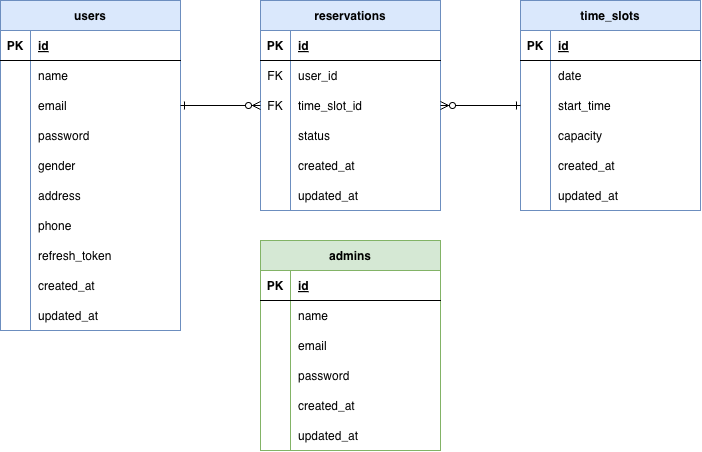
Above: images/er-diagram.png in hirata784/laravel-swimming-reservation-app (draw.io), before the change. Source tidied: cells renumbered, new cells last; positions are measured from the earlier drawing's top-left corner, leaving out a move shared by most shapes.
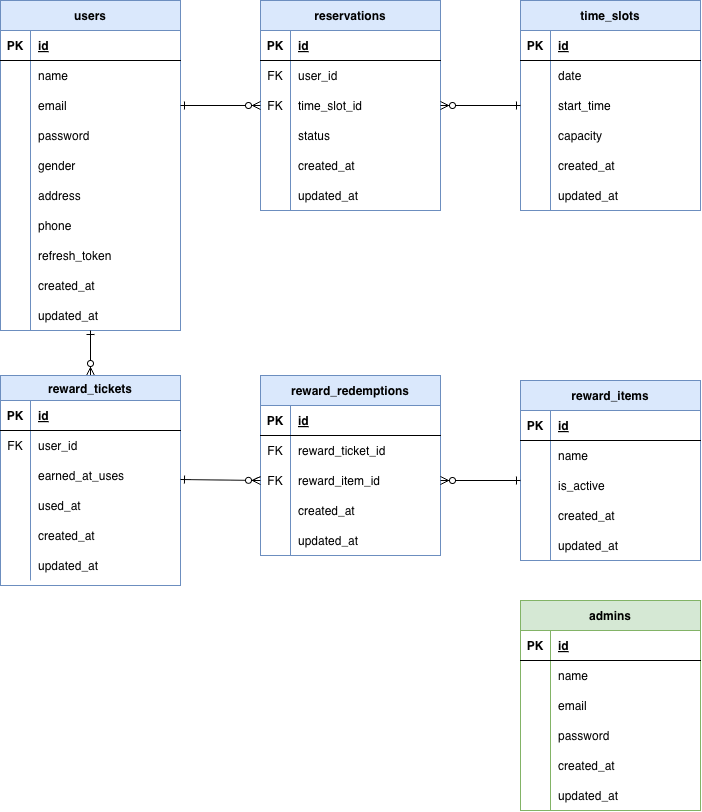
The same file after the commit.

What changed in the source:
```diff
@@ -216,7 +216,7 @@
       <mxGeometry relative="1" as="geometry" />
     </mxCell>
     <mxCell id="73" value="admins" style="shape=table;startSize=30;rowLines=0;fontStyle=1;align=center;fillColor=#d5e8d4;strokeColor=#82b366;" parent="1" vertex="1">
-      <mxGeometry x="260" y="240" width="180" height="210" as="geometry" />
+      <mxGeometry x="520" y="600" width="180" height="210" as="geometry" />
     </mxCell>
     <mxCell id="74" style="shape=tableRow;horizontal=0;startSize=0;swimlaneHead=0;swimlaneBody=0;fillColor=none;top=0;left=0;right=0;bottom=1;" parent="73" vertex="1">
       <mxGeometry y="30" width="180" height="30" as="geometry" />
@@ -272,5 +272,171 @@
     <mxCell id="91" value="updated_at" style="shape=partialRectangle;fillColor=none;top=0;left=0;bottom=0;right=0;align=left;spacingLeft=6;overflow=hidden;" parent="89" vertex="1">
       <mxGeometry x="30" width="150" height="30" as="geometry" />
     </mxCell>
+    <mxCell id="92" value="reward_redemptions" style="shape=table;startSize=30;rowLines=0;fontStyle=1;align=center;fillColor=#dae8fc;strokeColor=#6c8ebf;" parent="1" vertex="1">
+      <mxGeometry x="260" y="375" width="180" height="180" as="geometry" />
+    </mxCell>
+    <mxCell id="93" style="shape=tableRow;horizontal=0;startSize=0;swimlaneHead=0;swimlaneBody=0;fillColor=none;top=0;left=0;right=0;bottom=1;" parent="92" vertex="1">
+      <mxGeometry y="30" width="180" height="30" as="geometry" />
+    </mxCell>
+    <mxCell id="94" value="PK" style="shape=partialRectangle;fillColor=none;top=0;left=0;bottom=0;right=0;fontStyle=1;overflow=hidden;" parent="93" vertex="1">
+      <mxGeometry width="30" height="30" as="geometry" />
+    </mxCell>
+    <mxCell id="95" value="id" style="shape=partialRectangle;fillColor=none;top=0;left=0;bottom=0;right=0;align=left;spacingLeft=6;fontStyle=5;overflow=hidden;" parent="93" vertex="1">
+      <mxGeometry x="30" width="150" height="30" as="geometry" />
+    </mxCell>
+    <mxCell id="96" style="shape=tableRow;horizontal=0;startSize=0;swimlaneHead=0;swimlaneBody=0;fillColor=none;top=0;left=0;right=0;bottom=0;" parent="92" vertex="1">
+      <mxGeometry y="60" width="180" height="30" as="geometry" />
+    </mxCell>
+    <mxCell id="97" value="FK" style="shape=partialRectangle;fillColor=none;top=0;left=0;bottom=0;right=0;overflow=hidden;" parent="96" vertex="1">
+      <mxGeometry width="30" height="30" as="geometry" />
+    </mxCell>
+    <mxCell id="98" value="reward_ticket_id" style="shape=partialRectangle;fillColor=none;top=0;left=0;bottom=0;right=0;align=left;spacingLeft=6;overflow=hidden;" parent="96" vertex="1">
+      <mxGeometry x="30" width="150" height="30" as="geometry" />
+    </mxCell>
+    <mxCell id="99" style="shape=tableRow;horizontal=0;startSize=0;swimlaneHead=0;swimlaneBody=0;fillColor=none;points=[[0,0.5],[1,0.5]];portConstraint=eastwest;top=0;left=0;right=0;bottom=0;" parent="92" vertex="1">
+      <mxGeometry y="90" width="180" height="30" as="geometry" />
+    </mxCell>
+    <mxCell id="100" value="FK" style="shape=partialRectangle;fillColor=none;top=0;left=0;bottom=0;right=0;overflow=hidden;" parent="99" vertex="1">
+      <mxGeometry width="30" height="30" as="geometry" />
+    </mxCell>
+    <mxCell id="101" value="reward_item_id" style="shape=partialRectangle;fillColor=none;top=0;left=0;bottom=0;right=0;align=left;spacingLeft=6;overflow=hidden;" parent="99" vertex="1">
+      <mxGeometry x="30" width="150" height="30" as="geometry" />
+    </mxCell>
+    <mxCell id="102" style="shape=tableRow;horizontal=0;startSize=0;swimlaneHead=0;swimlaneBody=0;fillColor=none;top=0;left=0;right=0;bottom=0;" parent="92" vertex="1">
+      <mxGeometry y="120" width="180" height="30" as="geometry" />
+    </mxCell>
+    <mxCell id="103" style="shape=partialRectangle;fillColor=none;top=0;left=0;bottom=0;right=0;overflow=hidden;" parent="102" vertex="1">
+      <mxGeometry width="30" height="30" as="geometry" />
+    </mxCell>
+    <mxCell id="104" value="created_at" style="shape=partialRectangle;fillColor=none;top=0;left=0;bottom=0;right=0;align=left;spacingLeft=6;overflow=hidden;" parent="102" vertex="1">
+      <mxGeometry x="30" width="150" height="30" as="geometry" />
+    </mxCell>
+    <mxCell id="105" style="shape=tableRow;horizontal=0;startSize=0;swimlaneHead=0;swimlaneBody=0;fillColor=none;top=0;left=0;right=0;bottom=0;" parent="92" vertex="1">
+      <mxGeometry y="150" width="180" height="30" as="geometry" />
+    </mxCell>
+    <mxCell id="106" style="shape=partialRectangle;fillColor=none;top=0;left=0;bottom=0;right=0;overflow=hidden;" parent="105" vertex="1">
+      <mxGeometry width="30" height="30" as="geometry" />
+    </mxCell>
+    <mxCell id="107" value="updated_at" style="shape=partialRectangle;fillColor=none;top=0;left=0;bottom=0;right=0;align=left;spacingLeft=6;overflow=hidden;" parent="105" vertex="1">
+      <mxGeometry x="30" width="150" height="30" as="geometry" />
+    </mxCell>
+    <mxCell id="108" style="edgeStyle=none;html=1;endArrow=ERone;endFill=0;startArrow=ERzeroToMany;startFill=0;" parent="1" edge="1" source="109" target="30">
+      <mxGeometry relative="1" as="geometry" />
+    </mxCell>
+    <mxCell id="109" value="reward_tickets" style="shape=table;startSize=25;rowLines=0;fontStyle=1;align=center;fillColor=#dae8fc;strokeColor=#6c8ebf;" parent="1" vertex="1">
+      <mxGeometry y="375" width="180" height="210" as="geometry" />
+    </mxCell>
+    <mxCell id="110" style="shape=tableRow;horizontal=0;startSize=0;swimlaneHead=0;swimlaneBody=0;fillColor=none;top=0;left=0;right=0;bottom=1;" parent="109" vertex="1">
+      <mxGeometry y="25" width="180" height="30" as="geometry" />
+    </mxCell>
+    <mxCell id="111" value="PK" style="shape=partialRectangle;fillColor=none;top=0;left=0;bottom=0;right=0;fontStyle=1;overflow=hidden;" parent="110" vertex="1">
+      <mxGeometry width="30" height="30" as="geometry" />
+    </mxCell>
+    <mxCell id="112" value="id" style="shape=partialRectangle;fillColor=none;top=0;left=0;bottom=0;right=0;align=left;spacingLeft=6;fontStyle=5;overflow=hidden;" parent="110" vertex="1">
+      <mxGeometry x="30" width="150" height="30" as="geometry" />
+    </mxCell>
+    <mxCell id="113" style="shape=tableRow;horizontal=0;startSize=0;swimlaneHead=0;swimlaneBody=0;fillColor=none;top=0;left=0;right=0;bottom=0;" parent="109" vertex="1">
+      <mxGeometry y="55" width="180" height="30" as="geometry" />
+    </mxCell>
+    <mxCell id="114" value="FK" style="shape=partialRectangle;fillColor=none;top=0;left=0;bottom=0;right=0;overflow=hidden;" parent="113" vertex="1">
+      <mxGeometry width="30" height="30" as="geometry" />
+    </mxCell>
+    <mxCell id="115" value="user_id" style="shape=partialRectangle;fillColor=none;top=0;left=0;bottom=0;right=0;align=left;spacingLeft=6;overflow=hidden;" parent="113" vertex="1">
+      <mxGeometry x="30" width="150" height="30" as="geometry" />
+    </mxCell>
+    <mxCell id="116" style="shape=tableRow;horizontal=0;startSize=0;swimlaneHead=0;swimlaneBody=0;fillColor=none;top=0;left=0;right=0;bottom=0;" parent="109" vertex="1">
+      <mxGeometry y="85" width="180" height="30" as="geometry" />
+    </mxCell>
+    <mxCell id="117" style="shape=partialRectangle;fillColor=none;top=0;left=0;bottom=0;right=0;overflow=hidden;" parent="116" vertex="1">
+      <mxGeometry width="30" height="30" as="geometry" />
+    </mxCell>
+    <mxCell id="118" value="earned_at_uses" style="shape=partialRectangle;fillColor=none;top=0;left=0;bottom=0;right=0;align=left;spacingLeft=6;overflow=hidden;" parent="116" vertex="1">
+      <mxGeometry x="30" width="150" height="30" as="geometry" />
+    </mxCell>
+    <mxCell id="119" style="shape=tableRow;horizontal=0;startSize=0;swimlaneHead=0;swimlaneBody=0;fillColor=none;top=0;left=0;right=0;bottom=0;" parent="109" vertex="1">
+      <mxGeometry y="115" width="180" height="30" as="geometry" />
+    </mxCell>
+    <mxCell id="120" style="shape=partialRectangle;fillColor=none;top=0;left=0;bottom=0;right=0;overflow=hidden;" parent="119" vertex="1">
+      <mxGeometry width="30" height="30" as="geometry" />
+    </mxCell>
+    <mxCell id="121" value="used_at" style="shape=partialRectangle;fillColor=none;top=0;left=0;bottom=0;right=0;align=left;spacingLeft=6;overflow=hidden;" parent="119" vertex="1">
+      <mxGeometry x="30" width="150" height="30" as="geometry" />
+    </mxCell>
+    <mxCell id="122" style="shape=tableRow;horizontal=0;startSize=0;swimlaneHead=0;swimlaneBody=0;fillColor=none;top=0;left=0;right=0;bottom=0;" parent="109" vertex="1">
+      <mxGeometry y="145" width="180" height="30" as="geometry" />
+    </mxCell>
+    <mxCell id="123" style="shape=partialRectangle;fillColor=none;top=0;left=0;bottom=0;right=0;overflow=hidden;" parent="122" vertex="1">
+      <mxGeometry width="30" height="30" as="geometry" />
+    </mxCell>
+    <mxCell id="124" value="created_at" style="shape=partialRectangle;fillColor=none;top=0;left=0;bottom=0;right=0;align=left;spacingLeft=6;overflow=hidden;" parent="122" vertex="1">
+      <mxGeometry x="30" width="150" height="30" as="geometry" />
+    </mxCell>
+    <mxCell id="125" style="shape=tableRow;horizontal=0;startSize=0;swimlaneHead=0;swimlaneBody=0;fillColor=none;top=0;left=0;right=0;bottom=0;" parent="109" vertex="1">
+      <mxGeometry y="175" width="180" height="30" as="geometry" />
+    </mxCell>
+    <mxCell id="126" style="shape=partialRectangle;fillColor=none;top=0;left=0;bottom=0;right=0;overflow=hidden;" parent="125" vertex="1">
+      <mxGeometry width="30" height="30" as="geometry" />
+    </mxCell>
+    <mxCell id="127" value="updated_at" style="shape=partialRectangle;fillColor=none;top=0;left=0;bottom=0;right=0;align=left;spacingLeft=6;overflow=hidden;" parent="125" vertex="1">
+      <mxGeometry x="30" width="150" height="30" as="geometry" />
+    </mxCell>
+    <mxCell id="128" value="reward_items" style="shape=table;startSize=30;rowLines=0;fontStyle=1;align=center;fillColor=#dae8fc;strokeColor=#6c8ebf;" parent="1" vertex="1">
+      <mxGeometry x="520" y="380" width="180" height="180" as="geometry" />
+    </mxCell>
+    <mxCell id="129" style="shape=tableRow;horizontal=0;startSize=0;swimlaneHead=0;swimlaneBody=0;fillColor=none;top=0;left=0;right=0;bottom=1;" parent="128" vertex="1">
+      <mxGeometry y="30" width="180" height="30" as="geometry" />
+    </mxCell>
+    <mxCell id="130" value="PK" style="shape=partialRectangle;fillColor=none;top=0;left=0;bottom=0;right=0;fontStyle=1;overflow=hidden;" parent="129" vertex="1">
+      <mxGeometry width="30" height="30" as="geometry" />
+    </mxCell>
+    <mxCell id="131" value="id" style="shape=partialRectangle;fillColor=none;top=0;left=0;bottom=0;right=0;align=left;spacingLeft=6;fontStyle=5;overflow=hidden;" parent="129" vertex="1">
+      <mxGeometry x="30" width="150" height="30" as="geometry" />
+    </mxCell>
+    <mxCell id="132" style="shape=tableRow;horizontal=0;startSize=0;swimlaneHead=0;swimlaneBody=0;fillColor=none;top=0;left=0;right=0;bottom=0;" parent="128" vertex="1">
+      <mxGeometry y="60" width="180" height="30" as="geometry" />
+    </mxCell>
+    <mxCell id="133" style="shape=partialRectangle;fillColor=none;top=0;left=0;bottom=0;right=0;overflow=hidden;" parent="132" vertex="1">
+      <mxGeometry width="30" height="30" as="geometry" />
+    </mxCell>
+    <mxCell id="134" value="name" style="shape=partialRectangle;fillColor=none;top=0;left=0;bottom=0;right=0;align=left;spacingLeft=6;overflow=hidden;" parent="132" vertex="1">
+      <mxGeometry x="30" width="150" height="30" as="geometry" />
+    </mxCell>
+    <mxCell id="135" style="shape=tableRow;horizontal=0;startSize=0;swimlaneHead=0;swimlaneBody=0;fillColor=none;top=0;left=0;right=0;bottom=0;" parent="128" vertex="1">
+      <mxGeometry y="90" width="180" height="30" as="geometry" />
+    </mxCell>
+    <mxCell id="136" style="shape=partialRectangle;fillColor=none;top=0;left=0;bottom=0;right=0;overflow=hidden;" parent="135" vertex="1">
+      <mxGeometry width="30" height="30" as="geometry" />
+    </mxCell>
+    <mxCell id="137" value="is_active" style="shape=partialRectangle;fillColor=none;top=0;left=0;bottom=0;right=0;align=left;spacingLeft=6;overflow=hidden;" parent="135" vertex="1">
+      <mxGeometry x="30" width="150" height="30" as="geometry" />
+    </mxCell>
+    <mxCell id="138" style="shape=tableRow;horizontal=0;startSize=0;swimlaneHead=0;swimlaneBody=0;fillColor=none;top=0;left=0;right=0;bottom=0;" parent="128" vertex="1">
+      <mxGeometry y="120" width="180" height="30" as="geometry" />
+    </mxCell>
+    <mxCell id="139" style="shape=partialRectangle;fillColor=none;top=0;left=0;bottom=0;right=0;overflow=hidden;" parent="138" vertex="1">
+      <mxGeometry width="30" height="30" as="geometry" />
+    </mxCell>
+    <mxCell id="140" value="created_at" style="shape=partialRectangle;fillColor=none;top=0;left=0;bottom=0;right=0;align=left;spacingLeft=6;overflow=hidden;" parent="138" vertex="1">
+      <mxGeometry x="30" width="150" height="30" as="geometry" />
+    </mxCell>
+    <mxCell id="141" style="shape=tableRow;horizontal=0;startSize=0;swimlaneHead=0;swimlaneBody=0;fillColor=none;top=0;left=0;right=0;bottom=0;" parent="128" vertex="1">
+      <mxGeometry y="150" width="180" height="30" as="geometry" />
+    </mxCell>
+    <mxCell id="142" style="shape=partialRectangle;fillColor=none;top=0;left=0;bottom=0;right=0;overflow=hidden;" parent="141" vertex="1">
+      <mxGeometry width="30" height="30" as="geometry" />
+    </mxCell>
+    <mxCell id="143" value="updated_at" style="shape=partialRectangle;fillColor=none;top=0;left=0;bottom=0;right=0;align=left;spacingLeft=6;overflow=hidden;" parent="141" vertex="1">
+      <mxGeometry x="30" width="150" height="30" as="geometry" />
+    </mxCell>
+    <mxCell id="144" style="edgeStyle=none;html=1;entryX=1;entryY=0.5;entryDx=0;entryDy=0;endArrow=ERzeroToMany;endFill=0;startArrow=ERone;startFill=0;" parent="1" edge="1" target="99">
+      <mxGeometry relative="1" as="geometry">
+        <mxPoint x="520" y="480" as="sourcePoint" />
+      </mxGeometry>
+    </mxCell>
+    <mxCell id="145" style="edgeStyle=none;html=1;exitX=1;exitY=0.5;exitDx=0;exitDy=0;entryX=0;entryY=0.5;entryDx=0;entryDy=0;endArrow=ERzeroToMany;endFill=0;startArrow=ERone;startFill=0;" parent="1" edge="1" target="99">
+      <mxGeometry relative="1" as="geometry">
+        <mxPoint x="180" y="479" as="sourcePoint" />
+      </mxGeometry>
+    </mxCell>
   </root>
 </mxGraphModel>
```
